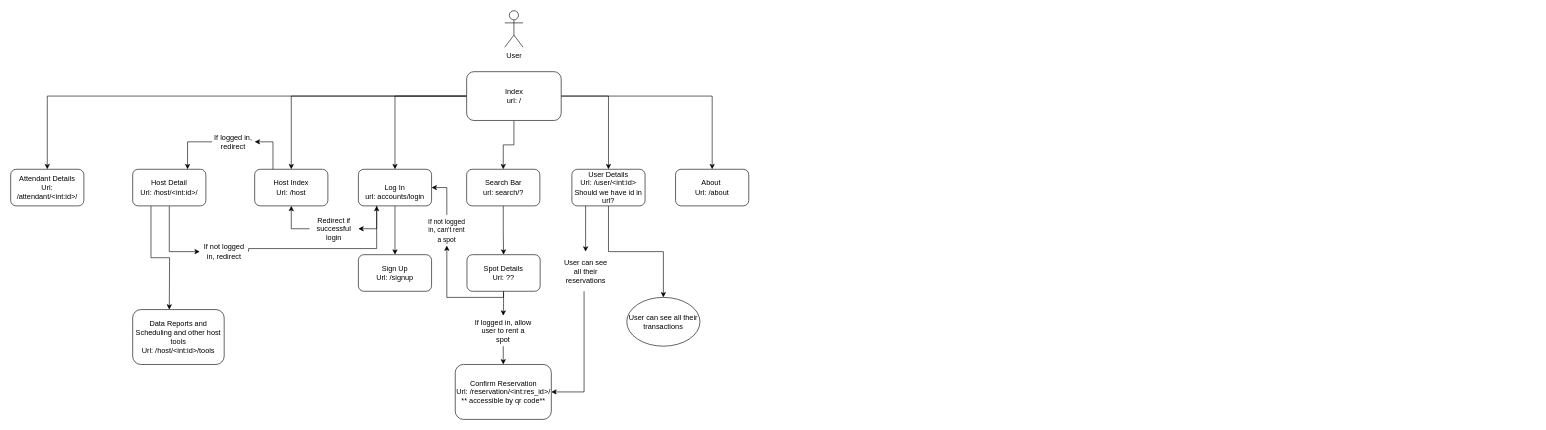
The draw.io diagram documentation/user_flow.drawio in Bryson14/RubberDuckyParking, before the edit. Source tidied: cells renumbered, new cells numbered last; positions are measured from the earlier drawing's top-left corner, leaving out a move shared by most shapes. Both pictures are drawn from the tidied source at 61%, with x=0, y=0 at pixel (10, 10).
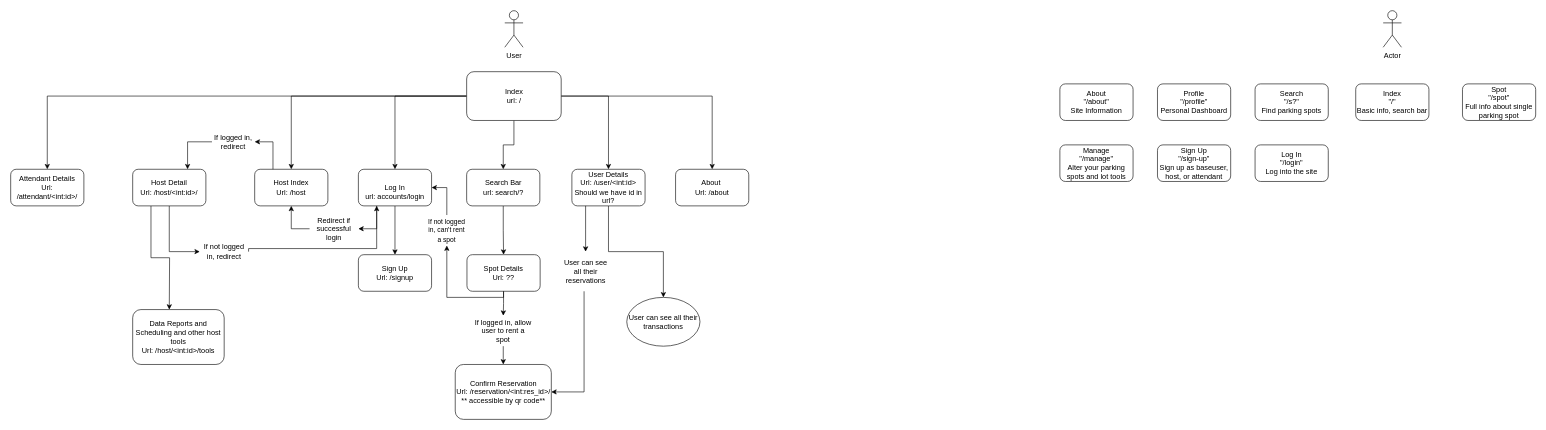
The same page after the edit.

What changed in the source:
```diff
@@
+    <mxCell id="44" value="Actor" style="shape=umlActor;verticalLabelPosition=bottom;verticalAlign=top;html=1;" parent="1" vertex="1">
+      <mxGeometry x="2250" width="30" height="60" as="geometry" />
+    </mxCell>
+    <mxCell id="45" value="Index&lt;br&gt;&quot;/&quot;&lt;br&gt;Basic info, search bar" style="rounded=1;whiteSpace=wrap;html=1;" parent="1" vertex="1">
+      <mxGeometry x="2205" y="120" width="120" height="60" as="geometry" />
+    </mxCell>
+    <mxCell id="46" value="Search&lt;br&gt;&quot;/s?&quot;&lt;br&gt;Find parking spots" style="rounded=1;whiteSpace=wrap;html=1;" parent="1" vertex="1">
+      <mxGeometry x="2040" y="120" width="120" height="60" as="geometry" />
+    </mxCell>
+    <mxCell id="47" value="About&lt;br&gt;&quot;/about&quot;&lt;br&gt;Site Information" style="rounded=1;whiteSpace=wrap;html=1;" parent="1" vertex="1">
+      <mxGeometry x="1720" y="120" width="120" height="60" as="geometry" />
+    </mxCell>
+    <mxCell id="48" value="Spot&lt;br&gt;&quot;/spot&quot;&lt;br&gt;Full info about single parking spot" style="rounded=1;whiteSpace=wrap;html=1;" parent="1" vertex="1">
+      <mxGeometry x="2380" y="120" width="120" height="60" as="geometry" />
+    </mxCell>
+    <mxCell id="49" value="Profile&lt;br&gt;&quot;/profile&quot;&lt;br&gt;Personal Dashboard" style="rounded=1;whiteSpace=wrap;html=1;" parent="1" vertex="1">
+      <mxGeometry x="1880" y="120" width="120" height="60" as="geometry" />
+    </mxCell>
+    <mxCell id="50" value="Manage&lt;br&gt;&quot;/manage&quot;&lt;br&gt;Alter your parking spots and lot tools" style="rounded=1;whiteSpace=wrap;html=1;" parent="1" vertex="1">
+      <mxGeometry x="1720" y="220" width="120" height="60" as="geometry" />
+    </mxCell>
+    <mxCell id="51" value="Sign Up&lt;br&gt;&quot;/sign-up&quot;&lt;br&gt;Sign up as baseuser, host, or attendant" style="rounded=1;whiteSpace=wrap;html=1;" parent="1" vertex="1">
+      <mxGeometry x="1880" y="220" width="120" height="60" as="geometry" />
+    </mxCell>
+    <mxCell id="52" value="Log In&lt;br&gt;&quot;/login&quot;&lt;br&gt;Log into the site" style="rounded=1;whiteSpace=wrap;html=1;" parent="1" vertex="1">
+      <mxGeometry x="2040" y="220" width="120" height="60" as="geometry" />
+    </mxCell>
```
